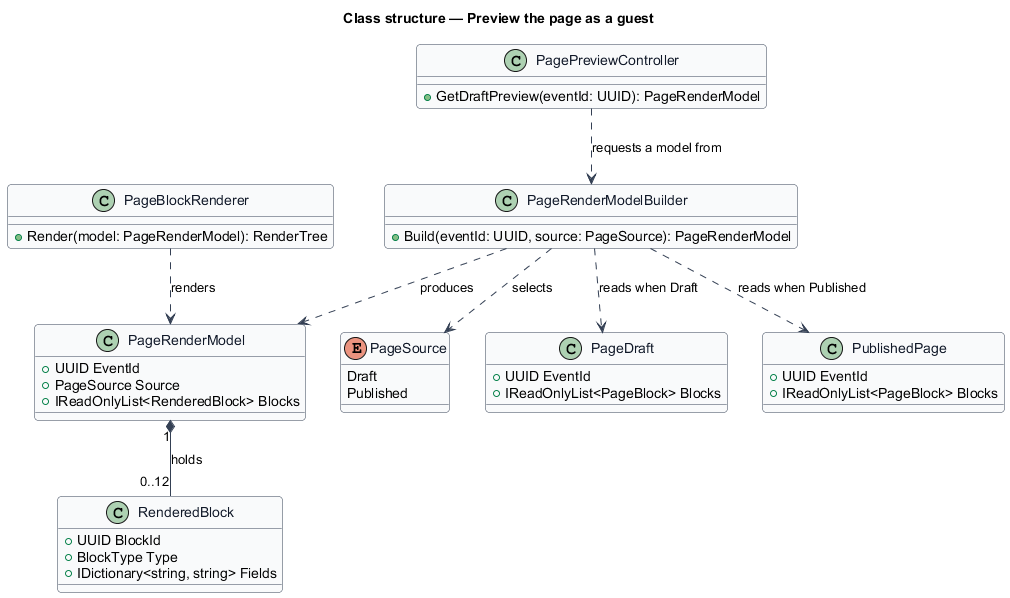
QuinntyneBrown/rsvp-cms keeps this PlantUML diagram as docs/detailed-designs/event-page/preview-guest-page/diagrams/class-structure.png. Above is the earlier version. Its diagram source:
```plantuml
@startuml
skinparam backgroundColor #FFFFFF
skinparam shadowing false
skinparam roundcorner 8
skinparam defaultFontName Arial
skinparam ArrowColor #344054
skinparam class {
  BorderColor #344054
  FontColor #101828
  BackgroundColor #F9FAFB
}
title Class structure — Preview the page as a guest

enum PageSource {
  Draft
  Published
}

class PageRenderModelBuilder {
  +Build(eventId: UUID, source: PageSource): PageRenderModel
}

class PageRenderModel {
  +UUID EventId
  +PageSource Source
  +IReadOnlyList<RenderedBlock> Blocks
}

class RenderedBlock {
  +UUID BlockId
  +BlockType Type
  +IDictionary<string, string> Fields
}

class PageDraft {
  +UUID EventId
  +IReadOnlyList<PageBlock> Blocks
}

class PublishedPage {
  +UUID EventId
  +IReadOnlyList<PageBlock> Blocks
}

class PagePreviewController {
  +GetDraftPreview(eventId: UUID): PageRenderModel
}

class PageBlockRenderer {
  +Render(model: PageRenderModel): RenderTree
}

PageRenderModelBuilder ..> PageSource : selects
PageRenderModelBuilder ..> PageRenderModel : produces
PageRenderModel "1" *-- "0..12" RenderedBlock : holds
PageRenderModelBuilder ..> PageDraft : reads when Draft
PageRenderModelBuilder ..> PublishedPage : reads when Published
PagePreviewController ..> PageRenderModelBuilder : requests a model from
PageBlockRenderer ..> PageRenderModel : renders
@enduml
```
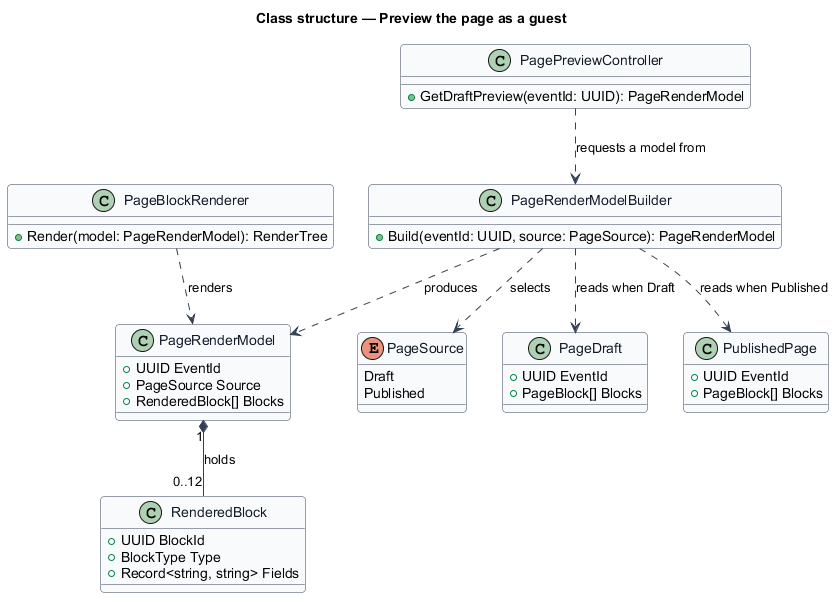
Above is the later version.

Change to the diagram source:
```diff
@@ -23,23 +23,23 @@
 class PageRenderModel {
   +UUID EventId
   +PageSource Source
-  +IReadOnlyList<RenderedBlock> Blocks
+  +RenderedBlock[] Blocks
 }
 
 class RenderedBlock {
   +UUID BlockId
   +BlockType Type
-  +IDictionary<string, string> Fields
+  +Record<string, string> Fields
 }
 
 class PageDraft {
   +UUID EventId
-  +IReadOnlyList<PageBlock> Blocks
+  +PageBlock[] Blocks
 }
 
 class PublishedPage {
   +UUID EventId
-  +IReadOnlyList<PageBlock> Blocks
+  +PageBlock[] Blocks
 }
 
 class PagePreviewController {
```
